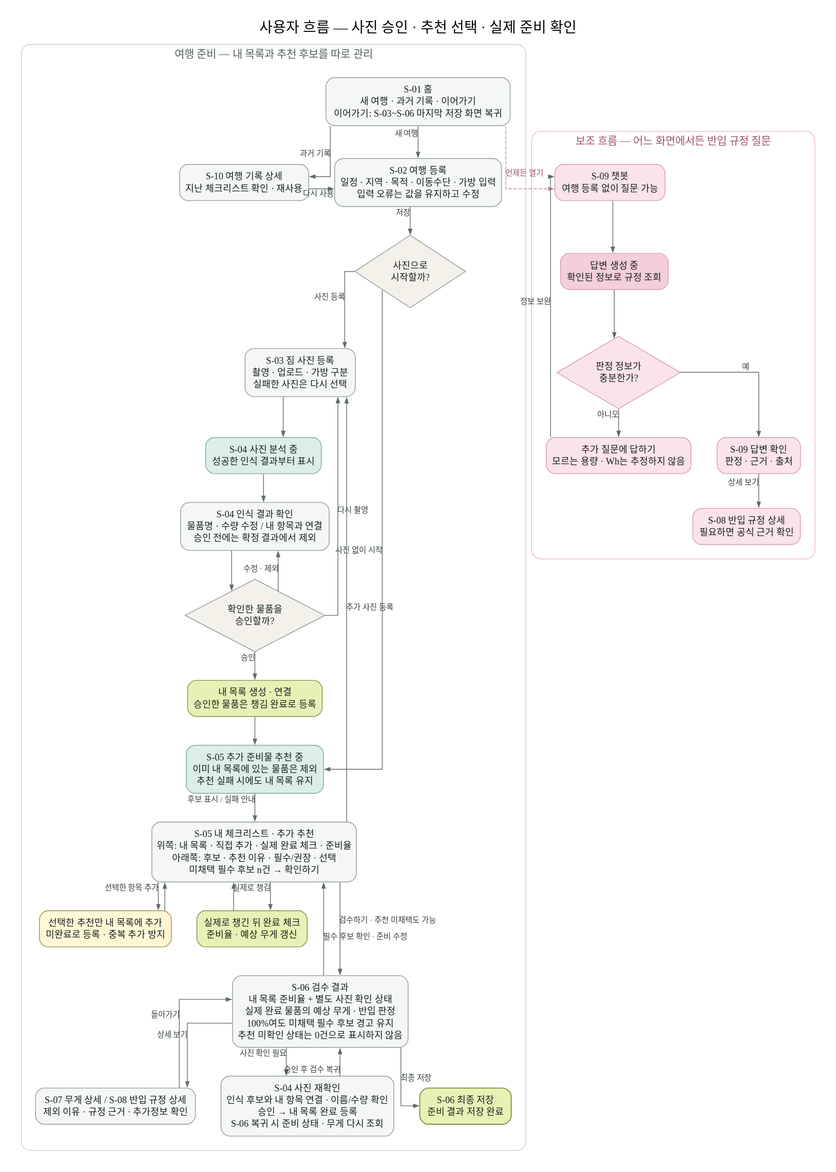
Before: docs/images/03-userflow.svg, a diagram exported from PlantUML (SangMyeong5426/skala-mini-ai-web-service). Its source is kept beside it as docs/images/03-userflow.puml.
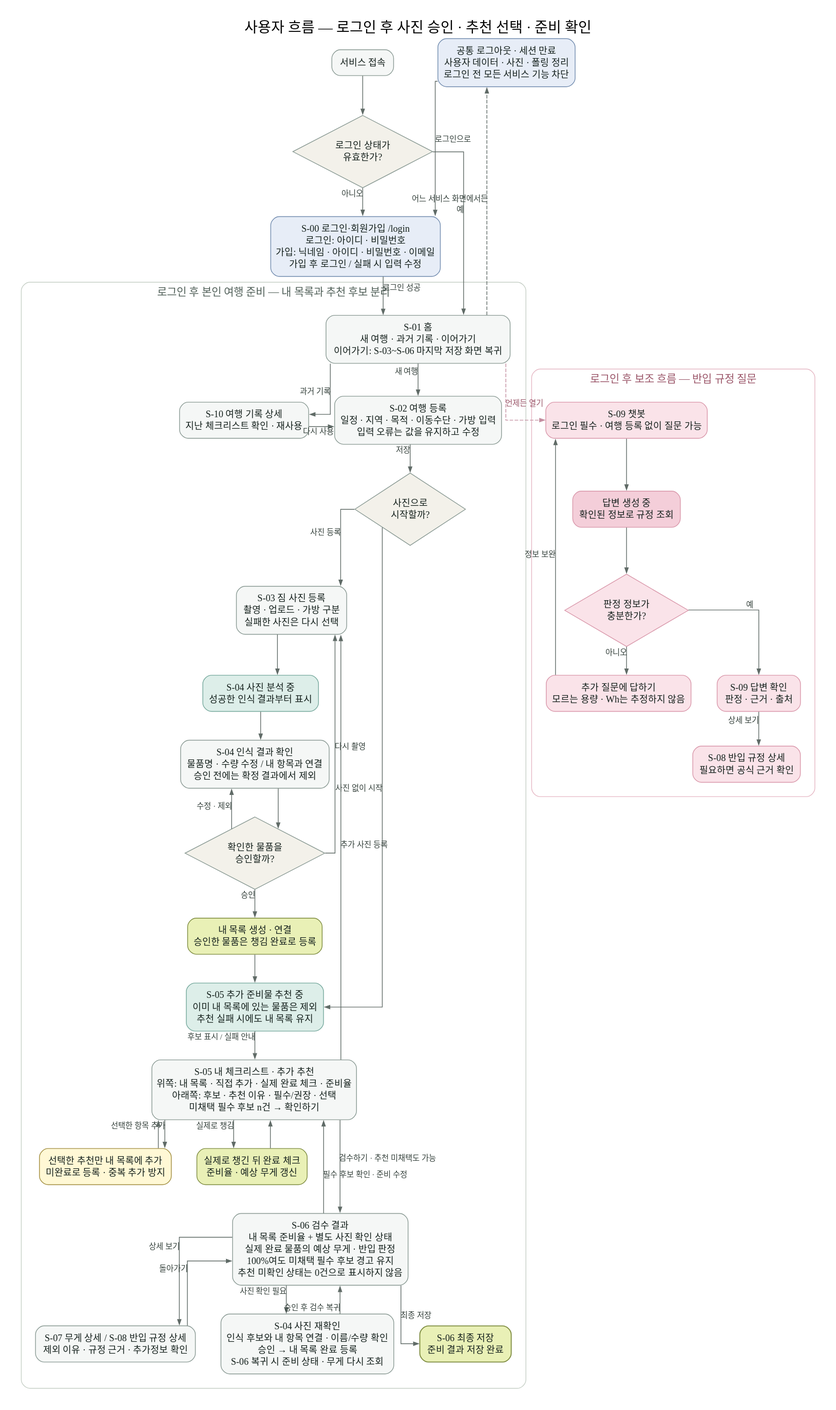
The same file after the commit.

What changed in the source:
```diff
@@ -3,15 +3,26 @@
   // docs/03-wireframe.md · 2026-09-03 개정. 사진 승인과 추천 채택을 분리한다.
   graph [rankdir=TB, splines=ortho, nodesep=0.5, ranksep=0.55, pad=0.3,
     bgcolor="#FFFFFF", fontname="Apple SD Gothic Neo", fontsize=20,
-    label="사용자 흐름 — 사진 승인 · 추천 선택 · 실제 준비 확인", labelloc=t]
+    label="사용자 흐름 — 로그인 후 사진 승인 · 추천 선택 · 준비 확인", labelloc=t]
   node [shape=box, style="rounded,filled", margin="0.18,0.12",
     color="#8A9A94", fillcolor="#F5F7F6", fontcolor="#14201C",
     fontname="Apple SD Gothic Neo", fontsize=13, penwidth=1]
   edge [color="#606B67", fontcolor="#34403B", fontname="Apple SD Gothic Neo",
     fontsize=11, arrowsize=0.7, penwidth=1]
 
+  entry [label="서비스 접속"]
+  session [shape=diamond, style=filled, fillcolor="#F3F1EA", label="로그인 상태가\n유효한가?"]
+  auth [label="S-00 로그인·회원가입 /login\n로그인: 아이디 · 비밀번호\n가입: 닉네임 · 아이디 · 비밀번호 · 이메일\n가입 후 로그인 / 실패 시 입력 수정", fillcolor="#E7EDF7", color="#728CAF"]
+  signout [label="공통 로그아웃 · 세션 만료\n사용자 데이터 · 사진 · 폴링 정리\n로그인 전 모든 서비스 기능 차단", fillcolor="#E7EDF7", color="#728CAF"]
+  entry -> session
+  session -> auth [xlabel="아니오"]
+  session -> home [xlabel="예"]
+  auth -> home [xlabel="로그인 성공"]
+  signout -> auth [xlabel="로그인으로", constraint=false]
+  home -> signout [xlabel="어느 서비스 화면에서든", style=dashed, constraint=false]
+
   subgraph cluster_main {
-    label="여행 준비 — 내 목록과 추천 후보를 따로 관리";
+    label="로그인 후 본인 여행 준비 — 내 목록과 추천 후보 분리";
     color="#C7D0C7"; fontcolor="#516059"; fontsize=15; style=rounded; margin=20;
 
     home [label="S-01 홈\n새 여행 · 과거 기록 · 이어가기\n이어가기: S-03~S-06 마지막 저장 화면 복귀"]
@@ -65,10 +76,10 @@
   }
 
   subgraph cluster_chat {
-    label="보조 흐름 — 어느 화면에서든 반입 규정 질문";
+    label="로그인 후 보조 흐름 — 반입 규정 질문";
     color="#E6B9C5"; fontcolor="#9B5669"; fontsize=15; style=rounded; margin=20;
     node [fillcolor="#FAE3E9", color="#D997AA"]
-    chat [label="S-09 챗봇\n여행 등록 없이 질문 가능"]
+    chat [label="S-09 챗봇\n로그인 필수 · 여행 등록 없이 질문 가능"]
     answer [label="답변 생성 중\n확인된 정보로 규정 조회", fillcolor="#F4CED9"]
     enough [shape=diamond, style=filled, label="판정 정보가\n충분한가?"]
     more [label="추가 질문에 답하기\n모르는 용량 · Wh는 추정하지 않음"]
```
